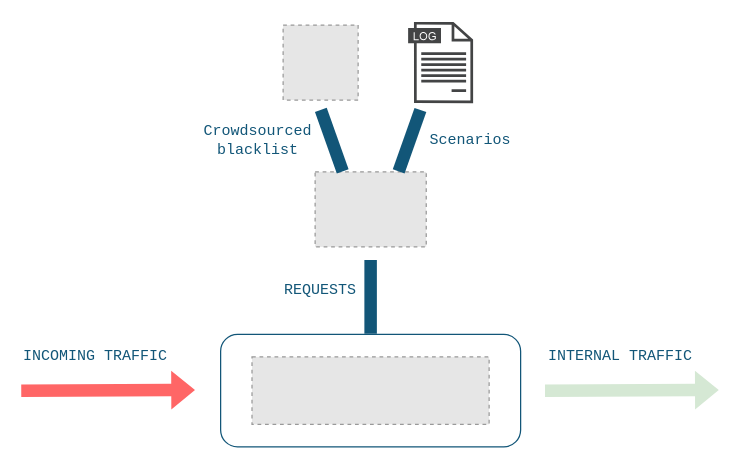
Earlier version of the draw.io diagram crowdsec/docs/diagram.drawio (bunkerity/bunkerweb-plugins). Source tidied: cells renumbered, new cells numbered last; positions are measured from the earlier drawing's top-left corner, leaving out a move shared by most shapes. Both pictures are drawn from the tidied source at 125%, with x=0, y=0 at pixel (20, 21). Pictures stored in the file or linked from it are replaced by grey dashed boxes.
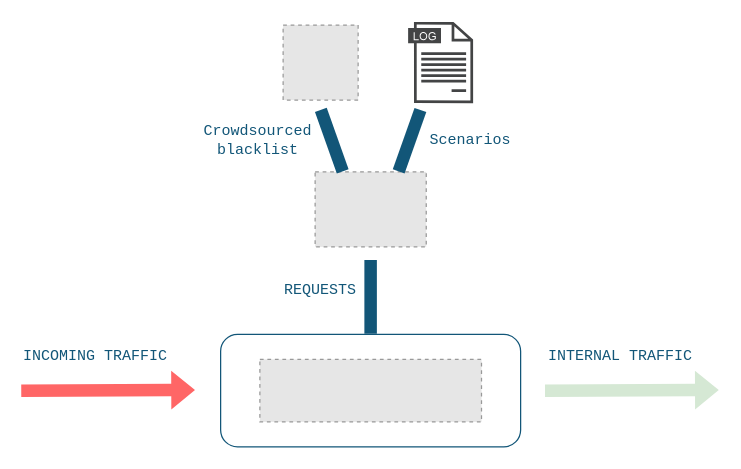
The same diagram, later.

Diff of the diagram source:
```diff
@@
-    <mxCell id="3" style="fillColor=#E6E6E6;strokeColor=#999999;dashed=1;verticalLabelPosition=bottom;labelBackgroundColor=default;verticalAlign=top;" parent="1" vertex="1">
-      <mxGeometry x="185.1" y="268" width="189.7" height="54" as="geometry" />
-    </mxCell>
@@
+    <mxCell id="17" style="fillColor=#E6E6E6;strokeColor=#999999;dashed=1;verticalLabelPosition=bottom;labelBackgroundColor=default;verticalAlign=top;" parent="1" vertex="1">
+      <mxGeometry x="191.4" y="270" width="177.3" height="50" as="geometry" />
+    </mxCell>
```
